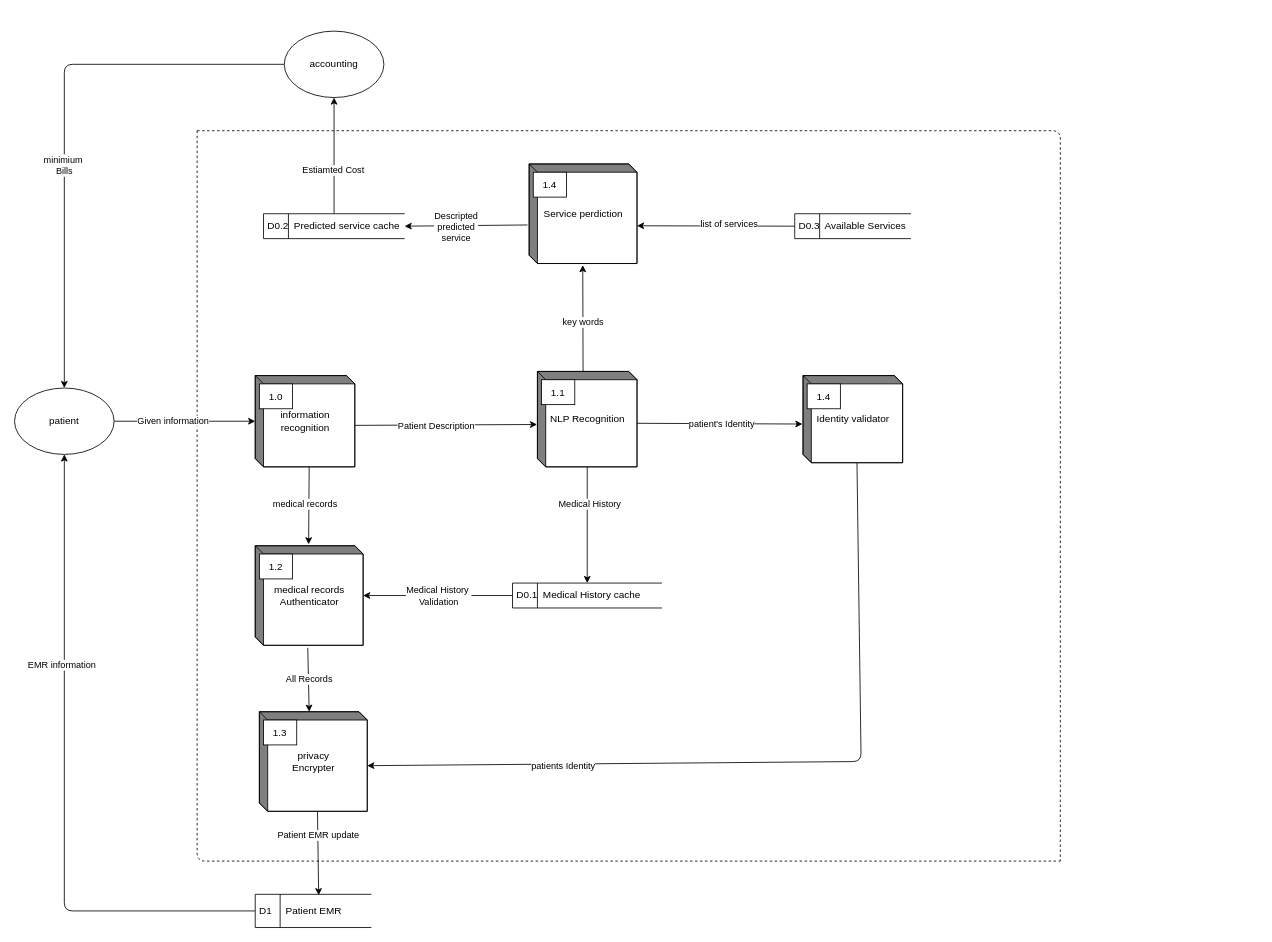
Above: leveltwoDFD.drawio in srssina/Healthcare_Database_system (draw.io), before the change. Source tidied: cells renumbered, new cells numbered last; positions are measured from the earlier drawing's top-left corner, leaving out a move shared by most shapes. Both pictures are drawn from the tidied source at 83%, with x=0, y=0 at pixel (14, 31).
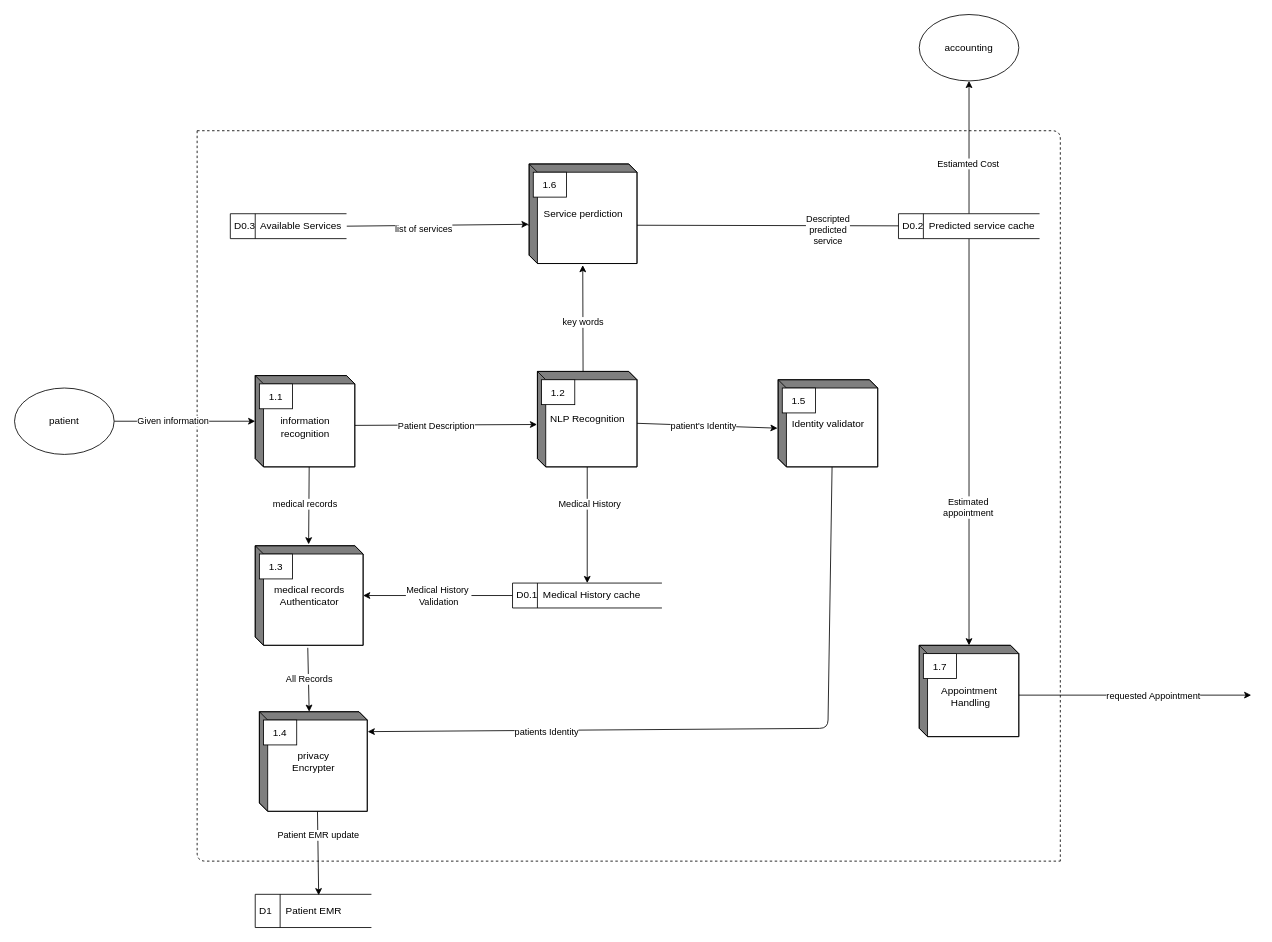
Above is the later version.

Unchanged cells that the change refers to:
```xml
<mxCell id="9" value="patient" style="ellipse;whiteSpace=wrap;html=1;" parent="1" vertex="1">
  <mxGeometry y="430" width="120" height="80" as="geometry" />
</mxCell>
<mxCell id="12" value="D1&amp;nbsp; &amp;nbsp; &amp;nbsp;Patient EMR" style="html=1;dashed=0;whitespace=wrap;shape=mxgraph.dfd.dataStoreID;align=left;spacingLeft=3;points=[[0,0],[0.5,0],[1,0],[0,0.5],[1,0.5],[0,1],[0.5,1],[1,1]];" parent="1" vertex="1">
  <mxGeometry x="290" y="1040" width="140" height="40" as="geometry" />
</mxCell>
<mxCell id="25" value="NLP Recognition" style="html=1;dashed=0;whitespace=wrap;shape=mxgraph.dfd.externalEntity;" parent="1" vertex="1">
  <mxGeometry x="630" y="410" width="120" height="115" as="geometry" />
</mxCell>
<mxCell id="31" value="medical records&lt;br&gt;Authenticator" style="html=1;dashed=0;whitespace=wrap;shape=mxgraph.dfd.externalEntity;" parent="1" vertex="1">
  <mxGeometry x="290" y="620" width="130" height="120" as="geometry" />
</mxCell>
<mxCell id="36" value="privacy &lt;br&gt;Encrypter" style="html=1;dashed=0;whitespace=wrap;shape=mxgraph.dfd.externalEntity;" parent="1" vertex="1">
  <mxGeometry x="295" y="820" width="130" height="120" as="geometry" />
</mxCell>
<mxCell id="40" value="Service perdiction" style="html=1;dashed=0;whitespace=wrap;shape=mxgraph.dfd.externalEntity;" parent="1" vertex="1">
  <mxGeometry x="620" y="160" width="130" height="120" as="geometry" />
</mxCell>
```

Change to the diagram source:
```diff
@@
-    <mxCell id="4" style="edgeStyle=none;html=1;" parent="1" edge="1" source="6">
-      <mxGeometry relative="1" as="geometry">
-        <mxPoint x="60" y="430" as="targetPoint" />
-        <Array as="points">
-          <mxPoint x="60" y="40" />
-        </Array>
-      </mxGeometry>
-    </mxCell>
-    <mxCell id="5" value="minimium&amp;nbsp;&lt;br&gt;Bills" style="edgeLabel;html=1;align=center;verticalAlign=middle;" parent="4" vertex="1">
-      <mxGeometry x="0.18" y="-1" relative="1" as="geometry" />
-    </mxCell>
     <mxCell id="6" value="accounting" style="ellipse;whiteSpace=wrap;html=1;" parent="1" vertex="1">
-      <mxGeometry x="325" width="120" height="80" as="geometry" />
+      <mxGeometry x="1090" y="-20" width="120" height="80" as="geometry" />
     </mxCell>
@@
-    <mxCell id="10" style="edgeStyle=none;html=1;exitX=0;exitY=0.5;exitDx=0;exitDy=0;entryX=0.5;entryY=1;entryDx=0;entryDy=0;" parent="1" edge="1" source="12" target="9">
-      <mxGeometry relative="1" as="geometry">
-        <Array as="points">
-          <mxPoint x="60" y="1060" />
-        </Array>
-      </mxGeometry>
-    </mxCell>
-    <mxCell id="11" value="EMR information" style="edgeLabel;html=1;align=center;verticalAlign=middle;" parent="10" vertex="1">
-      <mxGeometry x="0.35" y="4" relative="1" as="geometry" />
-    </mxCell>
@@
-    <mxCell id="17" value="information&lt;br&gt;recognition" style="html=1;dashed=0;whitespace=wrap;shape=mxgraph.dfd.externalEntity;" parent="1" vertex="1">
+    <mxCell id="17" value="&lt;br&gt;information&lt;br&gt;recognition" style="html=1;dashed=0;whitespace=wrap;shape=mxgraph.dfd.externalEntity;" parent="1" vertex="1">
       <mxGeometry x="290" y="415" width="120" height="110" as="geometry" />
     </mxCell>
-    <mxCell id="18" value="1.0" style="strokeColor=inherit;fillColor=inherit;gradientColor=inherit;" parent="17" vertex="1">
+    <mxCell id="18" value="1.1" style="strokeColor=inherit;fillColor=inherit;gradientColor=inherit;" parent="17" vertex="1">
       <mxGeometry width="40" height="30" relative="1" as="geometry">
         <mxPoint x="5" y="10" as="offset" />
       </mxGeometry>
     </mxCell>
@@
-    <mxCell id="26" value="1.1" style="strokeColor=inherit;fillColor=inherit;gradientColor=inherit;" parent="25" vertex="1">
+    <mxCell id="26" value="1.2" style="strokeColor=inherit;fillColor=inherit;gradientColor=inherit;" parent="25" vertex="1">
       <mxGeometry width="40" height="30" relative="1" as="geometry">
         <mxPoint x="5" y="10" as="offset" />
       </mxGeometry>
     </mxCell>
@@
-    <mxCell id="32" value="1.2" style="strokeColor=inherit;fillColor=inherit;gradientColor=inherit;" parent="31" vertex="1">
+    <mxCell id="32" value="1.3" style="strokeColor=inherit;fillColor=inherit;gradientColor=inherit;" parent="31" vertex="1">
       <mxGeometry width="40" height="30" relative="1" as="geometry">
         <mxPoint x="5" y="10" as="offset" />
       </mxGeometry>
     </mxCell>
@@
-    <mxCell id="37" value="1.3" style="strokeColor=inherit;fillColor=inherit;gradientColor=inherit;" parent="36" vertex="1">
+    <mxCell id="37" value="1.4" style="strokeColor=inherit;fillColor=inherit;gradientColor=inherit;" parent="36" vertex="1">
       <mxGeometry width="40" height="30" relative="1" as="geometry">
         <mxPoint x="5" y="10" as="offset" />
       </mxGeometry>
     </mxCell>
@@
-    <mxCell id="41" value="1.4" style="strokeColor=inherit;fillColor=inherit;gradientColor=inherit;" parent="40" vertex="1">
+    <mxCell id="41" value="1.6" style="strokeColor=inherit;fillColor=inherit;gradientColor=inherit;" parent="40" vertex="1">
       <mxGeometry width="40" height="30" relative="1" as="geometry">
         <mxPoint x="5" y="10" as="offset" />
       </mxGeometry>
     </mxCell>
@@
+    <mxCell id="52" style="edgeStyle=none;html=1;" parent="1" edge="1" source="44" target="56">
+      <mxGeometry relative="1" as="geometry" />
+    </mxCell>
+    <mxCell id="53" value="Estimated&lt;br&gt;appointment" style="edgeLabel;html=1;align=center;verticalAlign=middle;" parent="52" vertex="1">
+      <mxGeometry x="0.32" y="-2" relative="1" as="geometry" />
+    </mxCell>
     <mxCell id="44" value="D0.2&amp;nbsp; Predicted service cache" style="html=1;dashed=0;whitespace=wrap;shape=mxgraph.dfd.dataStoreID;align=left;spacingLeft=3;points=[[0,0],[0.5,0],[1,0],[0,0.5],[1,0.5],[0,1],[0.5,1],[1,1]];" parent="1" vertex="1">
-      <mxGeometry x="300" y="220" width="170" height="30" as="geometry" />
+      <mxGeometry x="1065" y="220" width="170" height="30" as="geometry" />
     </mxCell>
-    <mxCell id="45" style="edgeStyle=none;html=1;exitX=0;exitY=0;exitDx=65;exitDy=105;exitPerimeter=0;entryX=0;entryY=0;entryDx=130;entryDy=65;entryPerimeter=0;" parent="1" edge="1" source="47" target="36">
+    <mxCell id="45" style="edgeStyle=none;html=1;exitX=0;exitY=0;exitDx=65;exitDy=105;exitPerimeter=0;entryX=1.004;entryY=0.2;entryDx=0;entryDy=0;entryPerimeter=0;" parent="1" edge="1" source="47" target="36">
       <mxGeometry relative="1" as="geometry">
         <Array as="points">
-          <mxPoint x="1020" y="880" />
+          <mxPoint x="980" y="840" />
         </Array>
       </mxGeometry>
     </mxCell>
@@
     <mxCell id="47" value="Identity validator" style="html=1;dashed=0;whitespace=wrap;shape=mxgraph.dfd.externalEntity;" parent="1" vertex="1">
-      <mxGeometry x="950" y="415" width="120" height="105" as="geometry" />
+      <mxGeometry x="920" y="420" width="120" height="105" as="geometry" />
     </mxCell>
-    <mxCell id="48" value="1.4" style="strokeColor=inherit;fillColor=inherit;gradientColor=inherit;" parent="47" vertex="1">
+    <mxCell id="48" value="1.5" style="strokeColor=inherit;fillColor=inherit;gradientColor=inherit;" parent="47" vertex="1">
       <mxGeometry width="40" height="30" relative="1" as="geometry">
         <mxPoint x="5" y="10" as="offset" />
       </mxGeometry>
     </mxCell>
-    <mxCell id="49" style="edgeStyle=none;html=1;exitX=0;exitY=0.5;exitDx=0;exitDy=0;entryX=1;entryY=0.621;entryDx=0;entryDy=0;entryPerimeter=0;" parent="1" edge="1" source="51" target="40">
+    <mxCell id="49" style="edgeStyle=none;html=1;exitX=1;exitY=0.5;exitDx=0;exitDy=0;entryX=-0.005;entryY=0.606;entryDx=0;entryDy=0;entryPerimeter=0;" parent="1" edge="1" source="51" target="40">
       <mxGeometry relative="1" as="geometry" />
     </mxCell>
@@
     <mxCell id="51" value="D0.3&amp;nbsp; Available Services" style="html=1;dashed=0;whitespace=wrap;shape=mxgraph.dfd.dataStoreID;align=left;spacingLeft=3;points=[[0,0],[0.5,0],[1,0],[0,0.5],[1,0.5],[0,1],[0.5,1],[1,1]];" parent="1" vertex="1">
-      <mxGeometry x="940" y="220" width="140" height="30" as="geometry" />
+      <mxGeometry x="260" y="220" width="140" height="30" as="geometry" />
     </mxCell>
+    <mxCell id="54" style="edgeStyle=none;html=1;exitX=0;exitY=0;exitDx=120;exitDy=60;exitPerimeter=0;" parent="1" edge="1" source="56">
+      <mxGeometry relative="1" as="geometry">
+        <mxPoint x="1490" y="800" as="targetPoint" />
+      </mxGeometry>
+    </mxCell>
+    <mxCell id="55" value="requested Appointment" style="edgeLabel;html=1;align=center;verticalAlign=middle;" parent="54" vertex="1">
+      <mxGeometry x="-0.27" y="-3" relative="1" as="geometry">
+        <mxPoint x="59" y="-3" as="offset" />
+      </mxGeometry>
+    </mxCell>
+    <mxCell id="56" value="&lt;br&gt;Appointment&lt;br&gt;&amp;nbsp;Handling" style="html=1;dashed=0;whitespace=wrap;shape=mxgraph.dfd.externalEntity;" parent="1" vertex="1">
+      <mxGeometry x="1090" y="740" width="120" height="110" as="geometry" />
+    </mxCell>
+    <mxCell id="57" value="1.7" style="strokeColor=inherit;fillColor=inherit;gradientColor=inherit;" parent="56" vertex="1">
+      <mxGeometry width="40" height="30" relative="1" as="geometry">
+        <mxPoint x="5" y="10" as="offset" />
+      </mxGeometry>
+    </mxCell>
```
